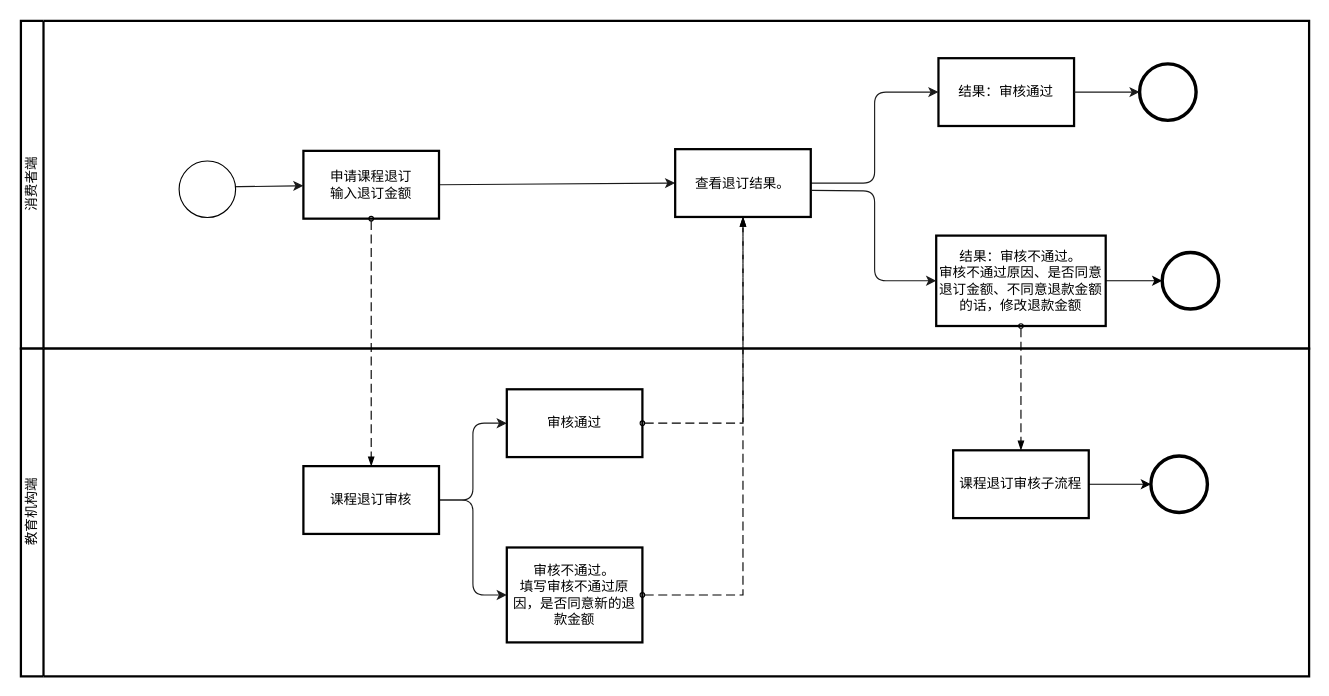
Above: page "课程退订" (3 of 4) of docs/资金监管平台流程图.drawio in cuitaocrazy/supervision (draw.io), before the change. Source tidied: cells renumbered, new cells numbered last; positions are measured from the earlier drawing's top-left corner, leaving out a move shared by most shapes. Both pictures are drawn from the tidied source at 113%, with x=0, y=0 at pixel (20, 20).
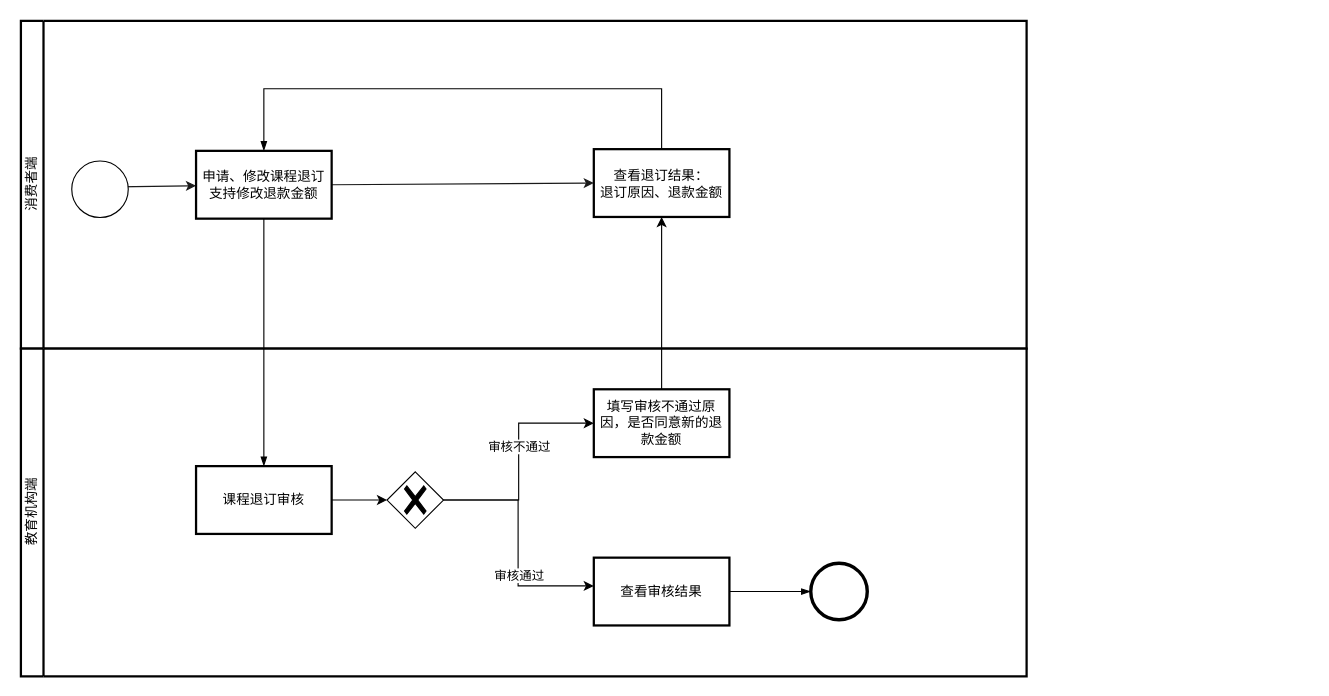
Above is the later version.

What changed in the source:
```diff
@@
     <mxCell id="2" value="消费者端" style="swimlane;html=1;startSize=20;fontStyle=0;horizontal=0;swimlaneLine=1;swimlaneFillColor=#ffffff;strokeWidth=2;" parent="1" vertex="1">
-      <mxGeometry width="1140" height="290" as="geometry" />
+      <mxGeometry width="890" height="290" as="geometry" />
     </mxCell>
     <mxCell id="3" style="edgeStyle=none;html=1;strokeColor=#1A1A1A;" parent="2" edge="1" target="5">
       <mxGeometry relative="1" as="geometry">
-        <mxPoint x="180" y="146.9" as="sourcePoint" />
+        <mxPoint x="85" y="146.9" as="sourcePoint" />
       </mxGeometry>
     </mxCell>
@@
-    <mxCell id="5" value="申请课程退订&lt;br&gt;输入退订金额" style="whiteSpace=wrap;html=1;strokeWidth=2;" parent="2" vertex="1">
-      <mxGeometry x="250" y="115" width="120" height="60" as="geometry" />
+    <mxCell id="5" value="申请、修改课程退订&lt;br&gt;支持修改退款金额" style="whiteSpace=wrap;html=1;strokeWidth=2;" parent="2" vertex="1">
+      <mxGeometry x="155" y="115" width="120" height="60" as="geometry" />
     </mxCell>
-    <mxCell id="6" style="edgeStyle=orthogonalEdgeStyle;html=1;exitX=1;exitY=0.5;exitDx=0;exitDy=0;entryX=0;entryY=0.5;entryDx=0;entryDy=0;strokeColor=#1A1A1A;" parent="2" edge="1" source="7" target="9">
-      <mxGeometry relative="1" as="geometry" />
-    </mxCell>
-    <mxCell id="7" value="查看退订结果。&lt;br&gt;" style="whiteSpace=wrap;html=1;strokeWidth=2;" parent="2" vertex="1">
-      <mxGeometry x="579" y="113.5" width="120" height="60" as="geometry" />
+    <mxCell id="7" value="查看退订结果：&lt;br&gt;退订原因、退款金额" style="whiteSpace=wrap;html=1;strokeWidth=2;" parent="2" vertex="1">
+      <mxGeometry x="507" y="113.5" width="120" height="60" as="geometry" />
     </mxCell>
     <mxCell id="8" style="shape=mxgraph.bpmn.event;html=1;verticalLabelPosition=bottom;labelBackgroundColor=#ffffff;verticalAlign=top;align=center;perimeter=ellipsePerimeter;outline=standard;symbol=general;" parent="2" vertex="1">
-      <mxGeometry x="140" y="124" width="50" height="50" as="geometry" />
+      <mxGeometry x="45" y="124" width="50" height="50" as="geometry" />
     </mxCell>
-    <mxCell id="9" value="结果：审核通过" style="whiteSpace=wrap;html=1;strokeWidth=2;" parent="2" vertex="1">
-      <mxGeometry x="812" y="33" width="120" height="60" as="geometry" />
-    </mxCell>
-    <mxCell id="10" style="edgeStyle=orthogonalEdgeStyle;rounded=0;jettySize=auto;html=1;" parent="2" edge="1" source="11" target="14">
-      <mxGeometry relative="1" as="geometry" />
-    </mxCell>
-    <mxCell id="11" value="结果：审核不通过。&lt;br&gt;审核不通过原因、是否同意退订金额、不同意退款金额的话，修改退款金额" style="whiteSpace=wrap;html=1;strokeWidth=2;" parent="2" vertex="1">
-      <mxGeometry x="810" y="190" width="150" height="80" as="geometry" />
-    </mxCell>
-    <mxCell id="12" style="points=[[0.145,0.145,0],[0.5,0,0],[0.855,0.145,0],[1,0.5,0],[0.855,0.855,0],[0.5,1,0],[0.145,0.855,0],[0,0.5,0]];shape=mxgraph.bpmn.event;html=1;verticalLabelPosition=bottom;labelBackgroundColor=#ffffff;verticalAlign=top;align=center;perimeter=ellipsePerimeter;outlineConnect=0;outline=end;symbol=terminate2;" parent="2" vertex="1">
-      <mxGeometry x="990" y="38" width="50" height="50" as="geometry" />
-    </mxCell>
-    <mxCell id="13" style="edgeStyle=none;html=1;strokeColor=#1A1A1A;exitX=1;exitY=0.5;exitDx=0;exitDy=0;entryX=0;entryY=0.5;entryDx=0;entryDy=0;entryPerimeter=0;" parent="2" edge="1" source="9" target="12">
-      <mxGeometry relative="1" as="geometry" />
-    </mxCell>
-    <mxCell id="14" style="points=[[0.145,0.145,0],[0.5,0,0],[0.855,0.145,0],[1,0.5,0],[0.855,0.855,0],[0.5,1,0],[0.145,0.855,0],[0,0.5,0]];shape=mxgraph.bpmn.event;html=1;verticalLabelPosition=bottom;labelBackgroundColor=#ffffff;verticalAlign=top;align=center;perimeter=ellipsePerimeter;outlineConnect=0;outline=end;symbol=terminate2;" parent="2" vertex="1">
-      <mxGeometry x="1010" y="205" width="50" height="50" as="geometry" />
-    </mxCell>
+    <mxCell id="29" style="edgeStyle=elbowEdgeStyle;fontSize=12;html=1;endArrow=blockThin;endFill=1;rounded=0;" parent="2" edge="1" source="7" target="5">
+      <mxGeometry relative="1" as="geometry">
+        <Array as="points">
+          <mxPoint x="390" y="60" />
+        </Array>
+      </mxGeometry>
+    </mxCell>
     <mxCell id="15" value="教育机构端" style="swimlane;html=1;startSize=20;fontStyle=0;horizontal=0;swimlaneLine=1;swimlaneFillColor=#ffffff;strokeWidth=2;" parent="1" vertex="1">
-      <mxGeometry y="290" width="1140" height="290" as="geometry" />
+      <mxGeometry y="290" width="890" height="290" as="geometry" />
     </mxCell>
-    <mxCell id="16" style="edgeStyle=orthogonalEdgeStyle;html=1;exitX=1;exitY=0.5;exitDx=0;exitDy=0;entryX=0;entryY=0.5;entryDx=0;entryDy=0;strokeColor=#1A1A1A;" parent="15" edge="1" source="18" target="19">
-      <mxGeometry relative="1" as="geometry" />
-    </mxCell>
-    <mxCell id="17" style="edgeStyle=orthogonalEdgeStyle;html=1;exitX=1;exitY=0.5;exitDx=0;exitDy=0;entryX=0;entryY=0.5;entryDx=0;entryDy=0;strokeColor=#1A1A1A;" parent="15" edge="1" source="18" target="20">
-      <mxGeometry relative="1" as="geometry" />
-    </mxCell>
+    <mxCell id="30" style="edgeStyle=orthogonalEdgeStyle;rounded=0;jettySize=auto;html=1;entryX=0;entryY=0.5;entryDx=0;entryDy=0;entryPerimeter=0;" parent="15" edge="1" source="18" target="35">
+      <mxGeometry relative="1" as="geometry" />
+    </mxCell>
     <mxCell id="18" value="课程退订审核" style="whiteSpace=wrap;html=1;strokeWidth=2;" parent="15" vertex="1">
-      <mxGeometry x="250" y="104" width="120" height="60" as="geometry" />
+      <mxGeometry x="155" y="104" width="120" height="60" as="geometry" />
     </mxCell>
-    <mxCell id="19" value="审核通过" style="whiteSpace=wrap;html=1;strokeWidth=2;" parent="15" vertex="1">
-      <mxGeometry x="430" y="36" width="120" height="60" as="geometry" />
+    <mxCell id="19" value="填写审核不通过原因，是否同意新的退款金额" style="whiteSpace=wrap;html=1;strokeWidth=2;" parent="15" vertex="1">
+      <mxGeometry x="507" y="36" width="120" height="60" as="geometry" />
     </mxCell>
-    <mxCell id="20" value="审核不通过。&lt;br&gt;填写审核不通过原因，是否同意新的退款金额" style="whiteSpace=wrap;html=1;strokeWidth=2;" parent="15" vertex="1">
-      <mxGeometry x="430" y="176" width="120" height="84" as="geometry" />
+    <mxCell id="20" value="查看审核结果" style="whiteSpace=wrap;html=1;strokeWidth=2;" parent="15" vertex="1">
+      <mxGeometry x="507" y="185" width="120" height="60" as="geometry" />
     </mxCell>
-    <mxCell id="21" style="edgeStyle=orthogonalEdgeStyle;rounded=0;jettySize=auto;html=1;" parent="15" edge="1" source="22" target="23">
-      <mxGeometry relative="1" as="geometry" />
-    </mxCell>
-    <mxCell id="22" value="课程退订审核子流程" style="whiteSpace=wrap;html=1;strokeWidth=2;" parent="15" vertex="1">
-      <mxGeometry x="825" y="90" width="120" height="60" as="geometry" />
-    </mxCell>
-    <mxCell id="23" style="points=[[0.145,0.145,0],[0.5,0,0],[0.855,0.145,0],[1,0.5,0],[0.855,0.855,0],[0.5,1,0],[0.145,0.855,0],[0,0.5,0]];shape=mxgraph.bpmn.event;html=1;verticalLabelPosition=bottom;labelBackgroundColor=#ffffff;verticalAlign=top;align=center;perimeter=ellipsePerimeter;outlineConnect=0;outline=end;symbol=terminate2;" parent="15" vertex="1">
-      <mxGeometry x="1000" y="95" width="50" height="50" as="geometry" />
-    </mxCell>
-    <mxCell id="24" style="dashed=1;dashPattern=8 4;endArrow=blockThin;endFill=1;startArrow=oval;startFill=0;endSize=6;startSize=4;rounded=0;exitX=1;exitY=0.5;exitDx=0;exitDy=0;entryX=0.5;entryY=1;entryDx=0;entryDy=0;edgeStyle=orthogonalEdgeStyle;" parent="1" edge="1" source="20" target="7">
-      <mxGeometry relative="1" as="geometry" />
-    </mxCell>
+    <mxCell id="31" style="edgeStyle=orthogonalEdgeStyle;rounded=0;jettySize=auto;html=1;entryX=0;entryY=0.5;entryDx=0;entryDy=0;" parent="15" edge="1" source="35" target="19">
+      <mxGeometry relative="1" as="geometry" />
+    </mxCell>
+    <mxCell id="32" value="审核不通过" style="edgeLabel;html=1;align=center;verticalAlign=middle;" parent="31" vertex="1">
+      <mxGeometry x="0.13" y="1" relative="1" as="geometry">
+        <mxPoint x="1" as="offset" />
+      </mxGeometry>
+    </mxCell>
+    <mxCell id="33" style="edgeStyle=orthogonalEdgeStyle;rounded=0;jettySize=auto;html=1;" parent="15" edge="1" target="20">
+      <mxGeometry relative="1" as="geometry">
+        <mxPoint x="368" y="134" as="sourcePoint" />
+        <Array as="points">
+          <mxPoint x="440" y="134" />
+          <mxPoint x="440" y="210" />
+        </Array>
+      </mxGeometry>
+    </mxCell>
+    <mxCell id="34" value="审核通过" style="edgeLabel;html=1;align=center;verticalAlign=middle;" parent="33" vertex="1">
+      <mxGeometry x="0.28" relative="1" as="geometry" />
+    </mxCell>
+    <mxCell id="35" style="points=[[0.25,0.25,0],[0.5,0,0],[0.75,0.25,0],[1,0.5,0],[0.75,0.75,0],[0.5,1,0],[0.25,0.75,0],[0,0.5,0]];shape=mxgraph.bpmn.gateway2;html=1;verticalLabelPosition=bottom;labelBackgroundColor=#ffffff;verticalAlign=top;align=center;perimeter=rhombusPerimeter;outlineConnect=0;outline=none;symbol=none;gwType=exclusive;" parent="15" vertex="1">
+      <mxGeometry x="324" y="109" width="50" height="50" as="geometry" />
+    </mxCell>
+    <mxCell id="36" style="points=[[0.145,0.145,0],[0.5,0,0],[0.855,0.145,0],[1,0.5,0],[0.855,0.855,0],[0.5,1,0],[0.145,0.855,0],[0,0.5,0]];shape=mxgraph.bpmn.event;html=1;verticalLabelPosition=bottom;labelBackgroundColor=#ffffff;verticalAlign=top;align=center;perimeter=ellipsePerimeter;outlineConnect=0;outline=end;symbol=terminate2;" parent="15" vertex="1">
+      <mxGeometry x="699" y="190" width="50" height="50" as="geometry" />
+    </mxCell>
+    <mxCell id="37" style="edgeStyle=elbowEdgeStyle;fontSize=12;html=1;endArrow=blockThin;endFill=1;rounded=0;exitX=1;exitY=0.5;exitDx=0;exitDy=0;" parent="15" edge="1" source="20" target="36">
+      <mxGeometry relative="1" as="geometry" />
+    </mxCell>
+    <mxCell id="26" style="edgeStyle=elbowEdgeStyle;fontSize=12;html=1;endArrow=blockThin;endFill=1;rounded=0;exitX=0.5;exitY=1;exitDx=0;exitDy=0;" parent="1" edge="1" source="5" target="18">
+      <mxGeometry relative="1" as="geometry" />
+    </mxCell>
-    <mxCell id="25" style="dashed=1;dashPattern=8 4;endArrow=blockThin;endFill=1;startArrow=oval;startFill=0;endSize=6;startSize=4;rounded=0;entryX=0.5;entryY=1;entryDx=0;entryDy=0;edgeStyle=orthogonalEdgeStyle;exitX=1;exitY=0.5;exitDx=0;exitDy=0;" parent="1" edge="1" source="19" target="7">
+    <mxCell id="25" style="edgeStyle=orthogonalEdgeStyle;rounded=0;jettySize=auto;html=1;" parent="1" edge="1" source="19" target="7">
       <mxGeometry relative="1" as="geometry" />
     </mxCell>
-    <mxCell id="26" style="dashed=1;dashPattern=8 4;endArrow=blockThin;endFill=1;startArrow=oval;startFill=0;endSize=6;startSize=4;rounded=0;exitX=0.5;exitY=1;exitDx=0;exitDy=0;" parent="1" edge="1" source="5" target="18">
-      <mxGeometry relative="1" as="geometry" />
-    </mxCell>
-    <mxCell id="27" style="edgeStyle=orthogonalEdgeStyle;html=1;entryX=0;entryY=0.5;entryDx=0;entryDy=0;strokeColor=#1A1A1A;" parent="1" edge="1" target="11">
-      <mxGeometry relative="1" as="geometry">
-        <mxPoint x="700" y="150" as="sourcePoint" />
-      </mxGeometry>
-    </mxCell>
-    <mxCell id="28" style="dashed=1;dashPattern=8 4;endArrow=blockThin;endFill=1;startArrow=oval;startFill=0;endSize=6;startSize=4;rounded=0;exitX=0.5;exitY=1;exitDx=0;exitDy=0;entryX=0.5;entryY=0;entryDx=0;entryDy=0;" parent="1" edge="1" source="11" target="22">
-      <mxGeometry relative="1" as="geometry" />
-    </mxCell>
```
